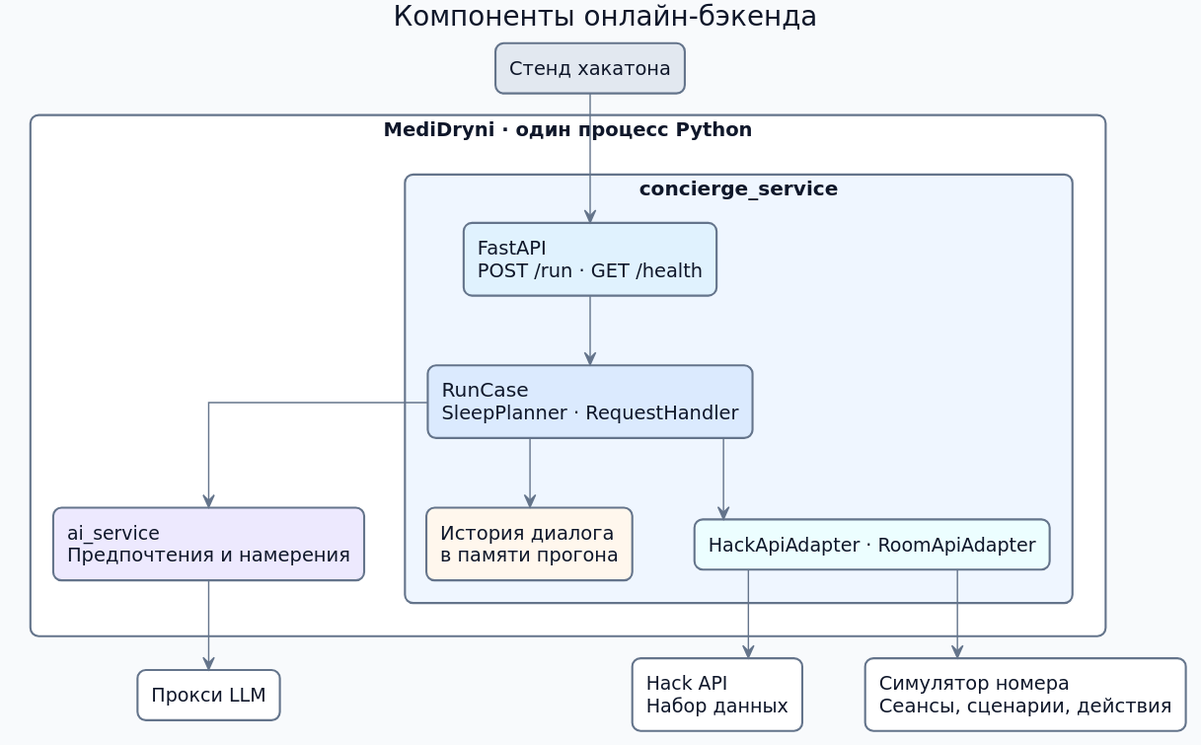
Above: docs/plan/c2-component.svg in Krovenmor/sain-hack-2026-MediDryni (PlantUML), before the change. Its source is kept beside it as docs/plan/c2-component.puml.
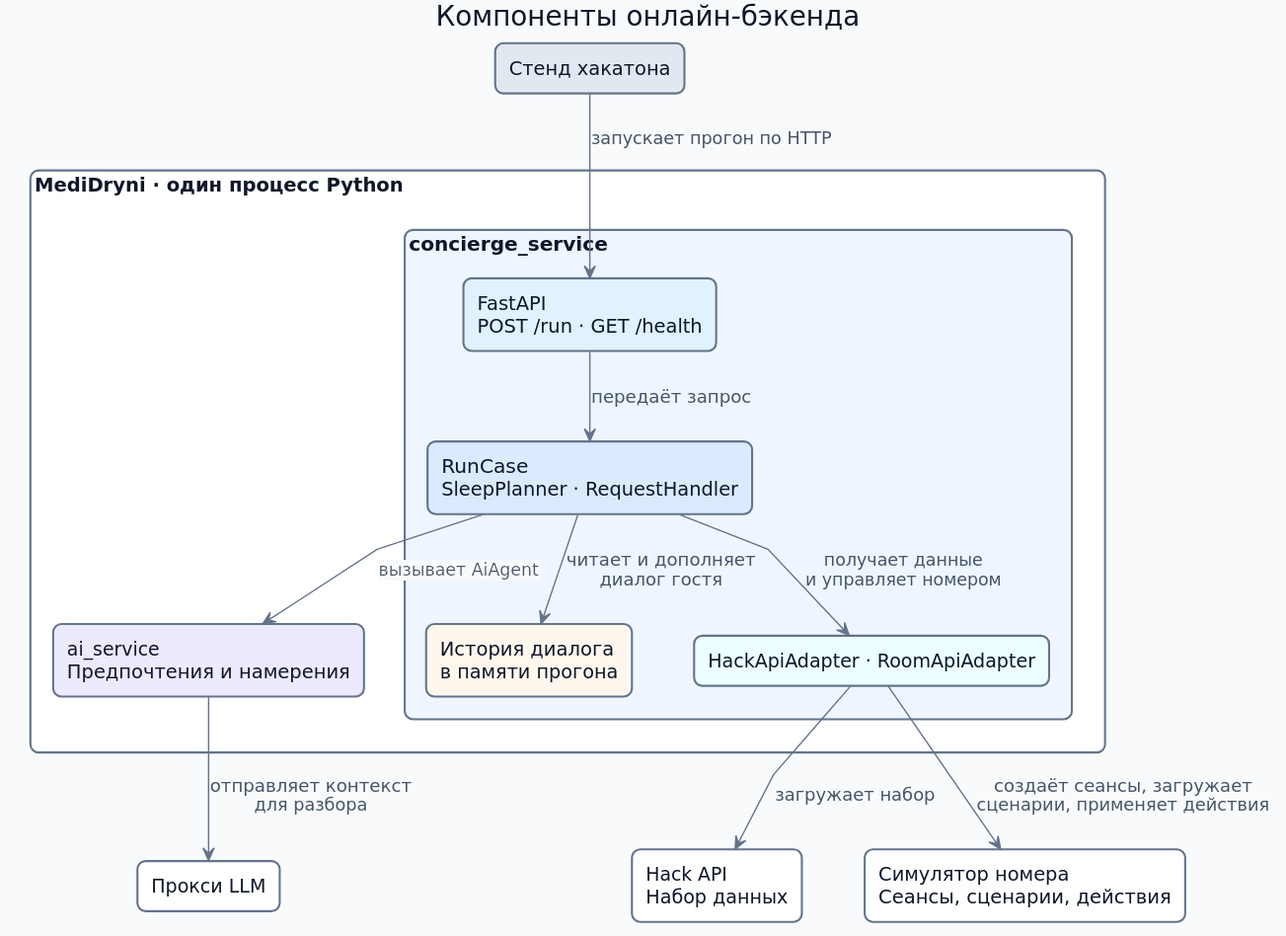
The same diagram one commit later.

The edit, as a diff of the source:
```diff
@@ -6,9 +6,10 @@
 skinparam defaultFontSize 14
 skinparam defaultFontColor #0F172A
 skinparam titleFontSize 20
+skinparam packageTitleAlignment left
 skinparam titleFontColor #0F172A
 skinparam shadowing false
-skinparam linetype ortho
+skinparam linetype polyline
 skinparam nodesep 45
 skinparam ranksep 50
 skinparam roundCorner 12
@@ -36,12 +37,12 @@
 rectangle "Симулятор номера\nСеансы, сценарии, действия" as room #FFFFFF
 rectangle "Прокси LLM" as llm #FFFFFF
 
-caller --> http
-http --> core
-core --> ai
-core --> adapters
-core --> store
-adapters --> dataset
-adapters --> room
-ai --> llm
+caller --> http : запускает прогон по HTTP
+http --> core : передаёт запрос
+core --> ai : <back:#F8FAFC>вызывает AiAgent</back>
+core --> adapters : получает данные\nи управляет номером
+core --> store : читает и дополняет\nдиалог гостя
+adapters --> dataset : загружает набор
+adapters --> room : создаёт сеансы, загружает\nсценарии, применяет действия
+ai --> llm : отправляет контекст\nдля разбора
 @enduml
```
